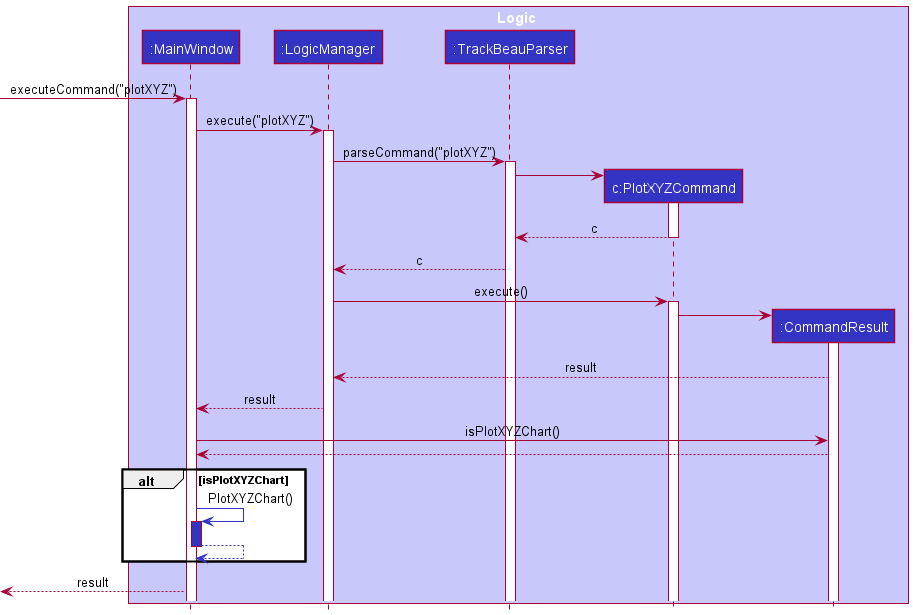
Earlier version of the PlantUML export docs/images/ChartSequenceDiagram.png (nus-cs2103-AY2122S2/tp). Source of this version:
```plantuml
@startuml
!include style.puml

box Logic LOGIC_COLOR_T1
participant ":MainWindow" as MainWindow LOGIC_COLOR
participant ":LogicManager" as LogicManager LOGIC_COLOR
participant ":TrackBeauParser" as TrackBeauParser LOGIC_COLOR
participant "c:PlotXYZCommand" as PlotXYZCommand LOGIC_COLOR
participant ":CommandResult" as CommandResult LOGIC_COLOR
end box

[-> MainWindow : executeCommand("plotXYZ")
activate MainWindow

MainWindow -> LogicManager : execute("plotXYZ")
activate LogicManager

LogicManager -> TrackBeauParser : parseCommand("plotXYZ")
activate TrackBeauParser

create PlotXYZCommand
TrackBeauParser -> PlotXYZCommand
activate PlotXYZCommand

PlotXYZCommand --> TrackBeauParser : c
deactivate PlotXYZCommand

TrackBeauParser --> LogicManager : c

LogicManager -> PlotXYZCommand : execute()
activate PlotXYZCommand

create CommandResult
PlotXYZCommand -> CommandResult
activate CommandResult

CommandResult --> LogicManager : result
LogicManager --> MainWindow : result

MainWindow -> CommandResult : isPlotXYZChart()
CommandResult --> MainWindow

alt isPlotXYZChart
    MainWindow -[LOGIC_COLOR]> MainWindow : PlotXYZChart()
    activate MainWindow LOGIC_COLOR
    MainWindow --[LOGIC_COLOR]> MainWindow
    deactivate MainWindow LOGIC_COLOR
end

[<--MainWindow : result

@enduml
```
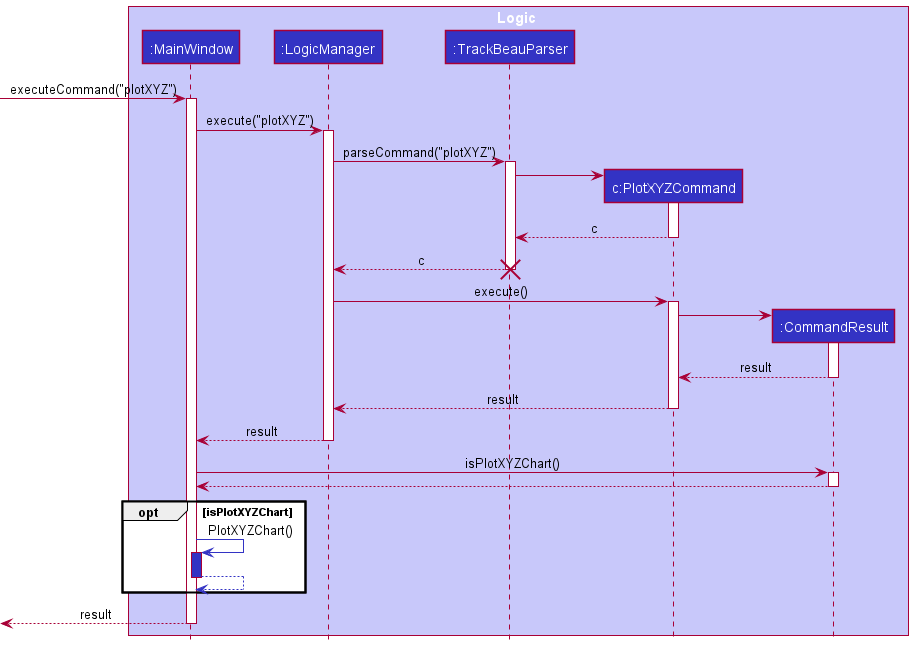
Above is the later version.

Commit message:
Fix bug in chart diagram

Change to the diagram source:
```diff
@@ -26,6 +26,7 @@
 deactivate PlotXYZCommand
 
 TrackBeauParser --> LogicManager : c
+destroy TrackBeauParser
 
 LogicManager -> PlotXYZCommand : execute()
 activate PlotXYZCommand
@@ -34,13 +35,20 @@
 PlotXYZCommand -> CommandResult
 activate CommandResult
 
-CommandResult --> LogicManager : result
+CommandResult --> PlotXYZCommand : result
+deactivate CommandResult
+PlotXYZCommand --> LogicManager : result
+deactivate PlotXYZCommand
+
 LogicManager --> MainWindow : result
+deactivate LogicManager
 
 MainWindow -> CommandResult : isPlotXYZChart()
+activate CommandResult
+
 CommandResult --> MainWindow
-
-alt isPlotXYZChart
+deactivate CommandResult
+opt isPlotXYZChart
     MainWindow -[LOGIC_COLOR]> MainWindow : PlotXYZChart()
     activate MainWindow LOGIC_COLOR
     MainWindow --[LOGIC_COLOR]> MainWindow
@@ -48,5 +56,6 @@
 end
 
 [<--MainWindow : result
+deactivate MainWindow
 
 @enduml
```
